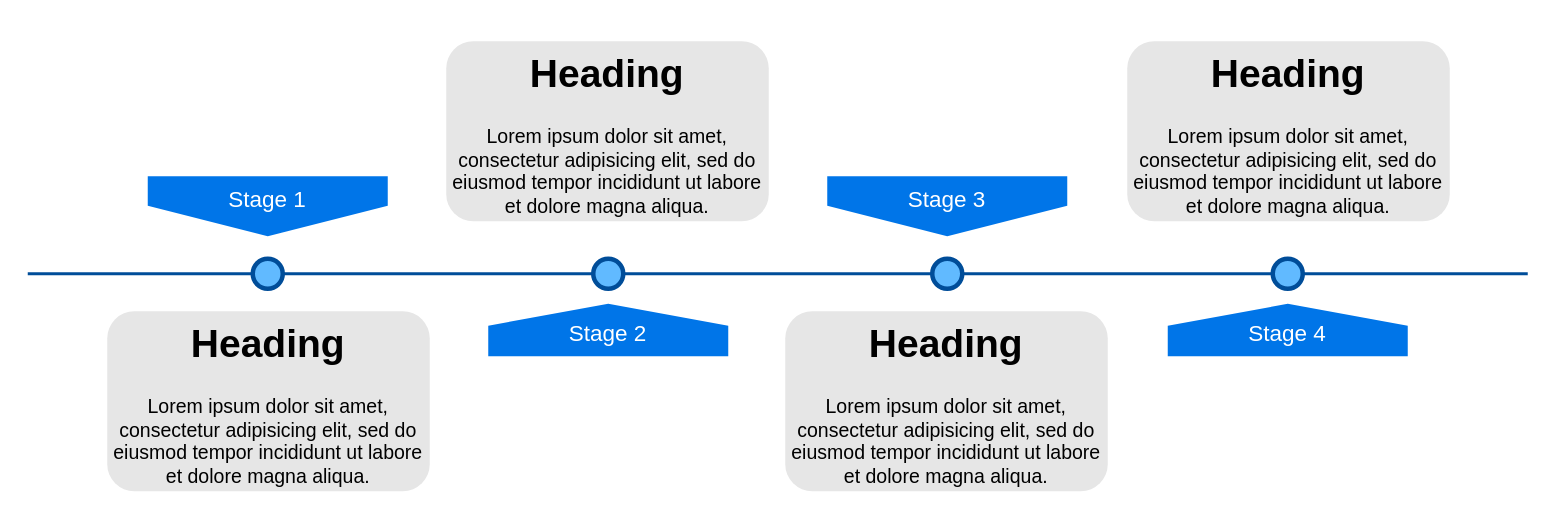
hermanardike/doc keeps this draw.io diagram as Untitled Diagram.drawio. Above is the earlier version. Source tidied: cells renumbered, new cells numbered last; positions are measured from the earlier drawing's top-left corner, leaving out a move shared by most shapes. Both pictures are drawn from the tidied source at 150%, with x=0, y=0 at pixel (27, 40).
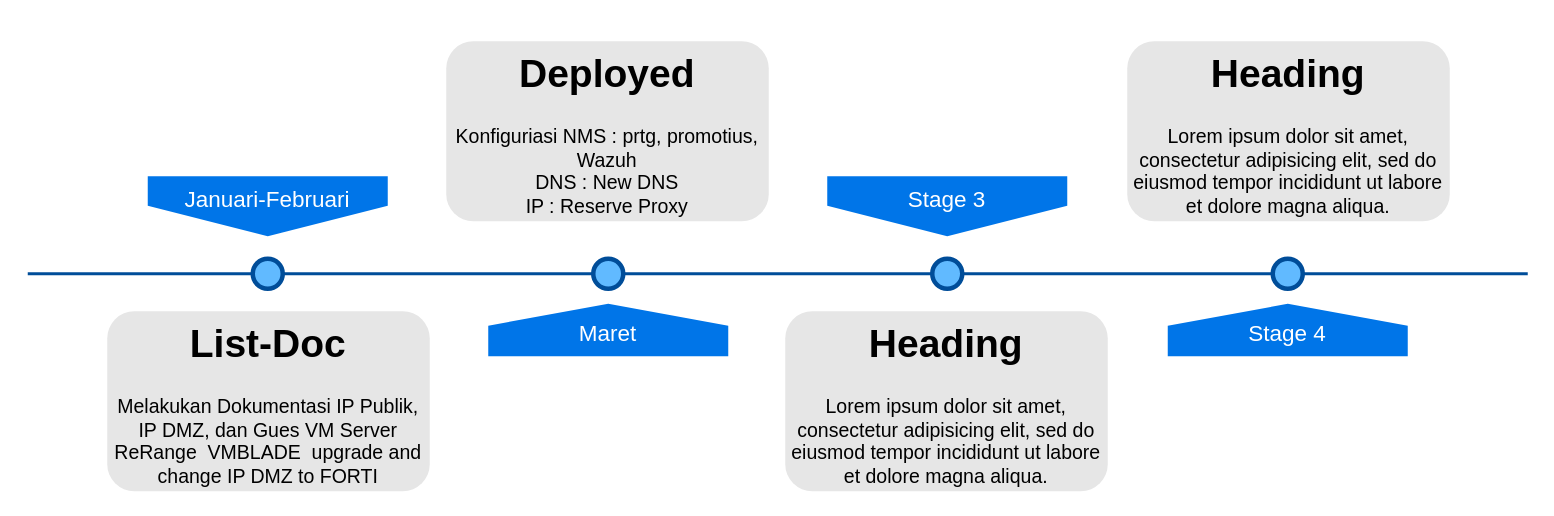
Above is the later version.

Change to the diagram source:
```diff
@@
 <mxGraphModel>
   <root>
     <mxCell id="0" />
     <mxCell id="1" parent="0" />
     <mxCell id="2" style="line;strokeWidth=2;html=1;fillColor=none;fontSize=28;fontColor=#004D99;strokeColor=#004D99;" parent="1" vertex="1">
       <mxGeometry y="150" width="1000" height="10" as="geometry" />
     </mxCell>
-    <mxCell id="3" value="Stage 1" style="shape=offPageConnector;whiteSpace=wrap;html=1;fillColor=#0075E8;fontSize=15;fontColor=#FFFFFF;size=0.5093750000000015;verticalAlign=top;strokeColor=none;" parent="1" vertex="1">
+    <mxCell id="3" value="Januari-Februari" style="shape=offPageConnector;whiteSpace=wrap;html=1;fillColor=#0075E8;fontSize=15;fontColor=#FFFFFF;size=0.5093750000000015;verticalAlign=top;strokeColor=none;" parent="1" vertex="1">
       <mxGeometry x="80" y="90" width="160" height="40" as="geometry" />
     </mxCell>
     <mxCell id="4" value="&lt;span&gt;Stage 3&lt;/span&gt;" style="shape=offPageConnector;whiteSpace=wrap;html=1;fillColor=#0075E8;fontSize=15;fontColor=#FFFFFF;size=0.5093750000000015;verticalAlign=top;strokeColor=none;" parent="1" vertex="1">
       <mxGeometry x="533" y="90" width="160" height="40" as="geometry" />
     </mxCell>
-    <mxCell id="5" value="&lt;span&gt;Stage 2&lt;/span&gt;" style="shape=offPageConnector;whiteSpace=wrap;html=1;fillColor=#0075E8;fontSize=15;fontColor=#FFFFFF;size=0.4178571428571445;flipV=1;verticalAlign=bottom;strokeColor=none;spacingBottom=4;" parent="1" vertex="1">
+    <mxCell id="5" value="Maret" style="shape=offPageConnector;whiteSpace=wrap;html=1;fillColor=#0075E8;fontSize=15;fontColor=#FFFFFF;size=0.4178571428571445;flipV=1;verticalAlign=bottom;strokeColor=none;spacingBottom=4;" parent="1" vertex="1">
       <mxGeometry x="307" y="175" width="160" height="35" as="geometry" />
     </mxCell>
     <mxCell id="6" value="&lt;span&gt;Stage 4&lt;/span&gt;" style="shape=offPageConnector;whiteSpace=wrap;html=1;fillColor=#0075E8;fontSize=15;fontColor=#FFFFFF;size=0.4178571428571445;flipV=1;verticalAlign=bottom;strokeColor=none;spacingBottom=4;" parent="1" vertex="1">
       <mxGeometry x="760" y="175" width="160" height="35" as="geometry" />
     </mxCell>
     <mxCell id="7" style="ellipse;whiteSpace=wrap;html=1;fillColor=#61BAFF;fontSize=28;fontColor=#004D99;strokeWidth=3;strokeColor=#004D99;" parent="1" vertex="1">
       <mxGeometry x="150" y="145" width="20" height="20" as="geometry" />
     </mxCell>
     <mxCell id="8" style="ellipse;whiteSpace=wrap;html=1;fillColor=#61BAFF;fontSize=28;fontColor=#004D99;strokeWidth=3;strokeColor=#004D99;" parent="1" vertex="1">
       <mxGeometry x="377" y="145" width="20" height="20" as="geometry" />
     </mxCell>
     <mxCell id="9" style="ellipse;whiteSpace=wrap;html=1;fillColor=#61BAFF;fontSize=28;fontColor=#004D99;strokeWidth=3;strokeColor=#004D99;" parent="1" vertex="1">
       <mxGeometry x="603" y="145" width="20" height="20" as="geometry" />
     </mxCell>
     <mxCell id="10" style="ellipse;whiteSpace=wrap;html=1;fillColor=#61BAFF;fontSize=28;fontColor=#004D99;strokeWidth=3;strokeColor=#004D99;" parent="1" vertex="1">
       <mxGeometry x="830" y="145" width="20" height="20" as="geometry" />
     </mxCell>
-    <mxCell id="11" value="&lt;h1&gt;Heading&lt;/h1&gt;&lt;p&gt;Lorem ipsum dolor sit amet, consectetur adipisicing elit, sed do eiusmod tempor incididunt ut labore et dolore magna aliqua.&lt;/p&gt;" style="text;html=1;spacing=5;spacingTop=-20;whiteSpace=wrap;overflow=hidden;strokeColor=none;strokeWidth=3;fillColor=#E6E6E6;fontSize=13;fontColor=#000000;align=center;rounded=1;" parent="1" vertex="1">
+    <mxCell id="11" value="&lt;h1&gt;List-Doc&lt;br&gt;&lt;/h1&gt;&lt;p&gt;Melakukan Dokumentasi IP Publik, IP DMZ, dan Gues VM Server&lt;br&gt;ReRange&amp;nbsp; VMBLADE&amp;nbsp; upgrade and change IP DMZ to FORTI&lt;br&gt;&lt;/p&gt;" style="text;html=1;spacing=5;spacingTop=-20;whiteSpace=wrap;overflow=hidden;strokeColor=none;strokeWidth=3;fillColor=#E6E6E6;fontSize=13;fontColor=#000000;align=center;rounded=1;" parent="1" vertex="1">
       <mxGeometry x="53" y="180" width="215" height="120" as="geometry" />
     </mxCell>
-    <mxCell id="12" value="&lt;h1&gt;Heading&lt;/h1&gt;&lt;p&gt;Lorem ipsum dolor sit amet, consectetur adipisicing elit, sed do eiusmod tempor incididunt ut labore et dolore magna aliqua.&lt;/p&gt;" style="text;html=1;spacing=5;spacingTop=-20;whiteSpace=wrap;overflow=hidden;strokeColor=none;strokeWidth=3;fillColor=#E6E6E6;fontSize=13;fontColor=#000000;align=center;rounded=1;" parent="1" vertex="1">
+    <mxCell id="12" value="&lt;h1&gt;Deployed&lt;br&gt;&lt;/h1&gt;&lt;p&gt;Konfiguriasi NMS : prtg, promotius, Wazuh&lt;br&gt;DNS : New DNS &lt;br&gt;IP : Reserve Proxy&lt;br&gt;&lt;br&gt;&lt;/p&gt;" style="text;html=1;spacing=5;spacingTop=-20;whiteSpace=wrap;overflow=hidden;strokeColor=none;strokeWidth=3;fillColor=#E6E6E6;fontSize=13;fontColor=#000000;align=center;rounded=1;" parent="1" vertex="1">
       <mxGeometry x="279" width="215" height="120" as="geometry" />
     </mxCell>
     <mxCell id="13" value="&lt;h1&gt;Heading&lt;/h1&gt;&lt;p&gt;Lorem ipsum dolor sit amet, consectetur adipisicing elit, sed do eiusmod tempor incididunt ut labore et dolore magna aliqua.&lt;/p&gt;" style="text;html=1;spacing=5;spacingTop=-20;whiteSpace=wrap;overflow=hidden;strokeColor=none;strokeWidth=3;fillColor=#E6E6E6;fontSize=13;fontColor=#000000;align=center;rounded=1;" parent="1" vertex="1">
       <mxGeometry x="505" y="180" width="215" height="120" as="geometry" />
     </mxCell>
     <mxCell id="14" value="&lt;h1&gt;Heading&lt;/h1&gt;&lt;p&gt;Lorem ipsum dolor sit amet, consectetur adipisicing elit, sed do eiusmod tempor incididunt ut labore et dolore magna aliqua.&lt;/p&gt;" style="text;html=1;spacing=5;spacingTop=-20;whiteSpace=wrap;overflow=hidden;strokeColor=none;strokeWidth=3;fillColor=#E6E6E6;fontSize=13;fontColor=#000000;align=center;rounded=1;" parent="1" vertex="1">
       <mxGeometry x="733" width="215" height="120" as="geometry" />
     </mxCell>
   </root>
 </mxGraphModel>
```
